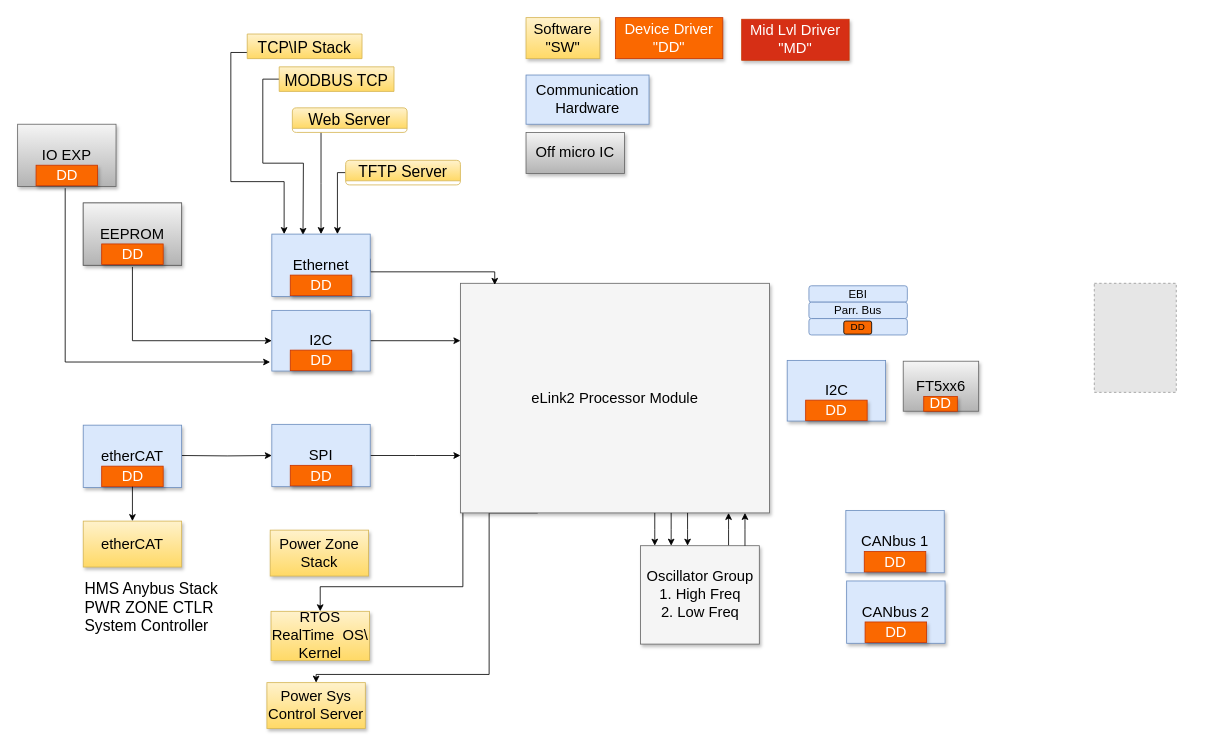
Above: page "Page-2" (2 of 2) of eLink2/anatomy_fw2.drawio in vkeiper/flowcharts (draw.io), before the change. Source tidied: cells renumbered, new cells numbered last; positions are measured from the earlier drawing's top-left corner, leaving out a move shared by most shapes. Both pictures are drawn from the tidied source at 82%, with x=0, y=0 at pixel (17, 17). Pictures stored in the file or linked from it are replaced by grey dashed boxes.
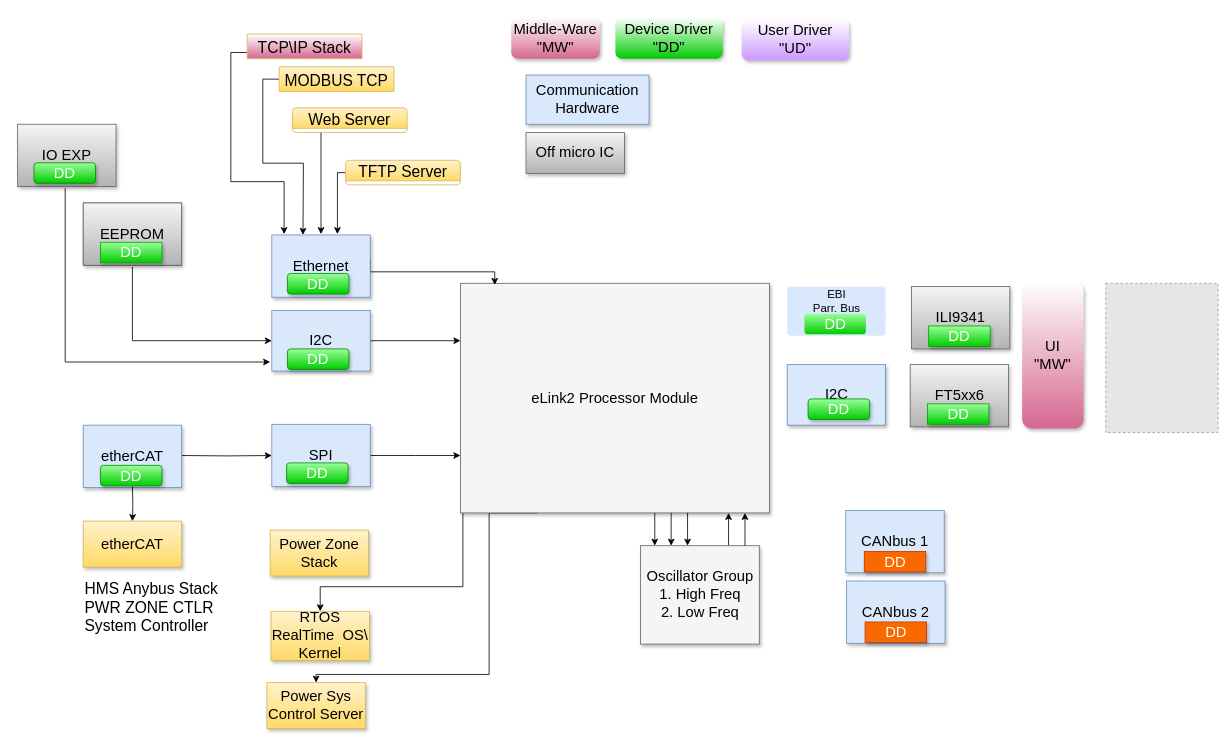
The same diagram, later.

The change refers to these unchanged cells:
```xml
<mxCell id="33" style="group;" parent="1" vertex="1">
  <mxGeometry x="310" y="496" width="120" height="76" as="geometry" />
</mxCell>
<mxCell id="36" style="group;" parent="1" vertex="1">
  <mxGeometry x="80" y="497" width="120" height="76" as="geometry" />
</mxCell>
<mxCell id="44" style="group;" parent="1" vertex="1">
  <mxGeometry x="80" y="226" width="120" height="76" as="geometry" />
</mxCell>
<mxCell id="51" value="etherCAT" style="whiteSpace=wrap;html=1;shadow=1;fontSize=18;fillColor=#fff2cc;strokeColor=#d6b656;gradientColor=#ffd966;" parent="1" vertex="1">
  <mxGeometry x="80" y="614" width="120" height="56" as="geometry" />
</mxCell>
```

Diff of the diagram source:
```diff
@@
-    <mxCell id="27" value="Software &quot;SW&quot;" style="whiteSpace=wrap;html=1;shadow=1;fontSize=18;fillColor=#fff2cc;strokeColor=#d6b656;gradientColor=#ffd966;" parent="1" vertex="1">
-      <mxGeometry x="620" width="90" height="50" as="geometry" />
+    <mxCell id="27" value="Middle-Ware &quot;MW&quot;" style="whiteSpace=wrap;html=1;shadow=1;fontSize=18;fillColor=#D66790;strokeColor=none;gradientColor=#FFFFFF;rounded=1;gradientDirection=north;" parent="1" vertex="1">
+      <mxGeometry x="602" width="108" height="50" as="geometry" />
     </mxCell>
@@
-    <mxCell id="30" value="TCP\IP Stack" style="swimlane;fillColor=#fff2cc;strokeColor=#d6b656;fontSize=19;fontStyle=0;startSize=30;rounded=1;glass=0;comic=0;horizontal=1;gradientColor=#ffd966;" parent="1" vertex="1" collapsed="1">
+    <mxCell id="30" value="TCP\IP Stack" style="swimlane;fillColor=#FFFFFF;strokeColor=#d6b656;fontSize=19;fontStyle=0;startSize=30;rounded=1;glass=0;comic=0;horizontal=1;gradientColor=#D66790;" parent="1" vertex="1" collapsed="1">
       <mxGeometry x="280" y="20" width="140" height="30" as="geometry" />
     </mxCell>
-    <mxCell id="31" value="Device Driver&lt;br&gt;&quot;DD&quot;&lt;br&gt;" style="whiteSpace=wrap;html=1;shadow=1;fontSize=18;fillColor=#fa6800;strokeColor=#C73500;fontColor=#ffffff;" parent="1" vertex="1">
+    <mxCell id="31" value="Device Driver&lt;br&gt;&quot;DD&quot;&lt;br&gt;" style="whiteSpace=wrap;html=1;shadow=1;fontSize=18;fillColor=#00CC00;strokeColor=none;fontColor=#000000;gradientColor=#ffffff;gradientDirection=north;rounded=1;" parent="1" vertex="1">
       <mxGeometry x="729" width="131" height="50" as="geometry" />
     </mxCell>
-    <mxCell id="32" value="DD&lt;br&gt;" style="whiteSpace=wrap;html=1;shadow=1;fontSize=18;fillColor=#fa6800;strokeColor=#C73500;fontColor=#ffffff;" parent="1" vertex="1">
-      <mxGeometry x="332.5" y="405.5" width="75" height="25" as="geometry" />
-    </mxCell>
@@
-    <mxCell id="35" value="DD&lt;br&gt;" style="whiteSpace=wrap;html=1;shadow=1;fontSize=18;fillColor=#fa6800;strokeColor=#C73500;fontColor=#ffffff;" parent="33" vertex="1">
-      <mxGeometry x="22.5" y="50" width="75" height="25" as="geometry" />
-    </mxCell>
+    <mxCell id="72" value="&lt;span&gt;DD&lt;/span&gt;&lt;br&gt;" style="whiteSpace=wrap;html=1;shadow=1;fontSize=18;fillColor=#00CC00;strokeColor=#008C00;fontColor=#ffffff;gradientColor=#99FF99;gradientDirection=north;rounded=1;" parent="33" vertex="1">
+      <mxGeometry x="18" y="47" width="75" height="25" as="geometry" />
+    </mxCell>
@@
-    <mxCell id="38" value="DD&lt;br&gt;" style="whiteSpace=wrap;html=1;shadow=1;fontSize=18;fillColor=#fa6800;strokeColor=#C73500;fontColor=#ffffff;" parent="36" vertex="1">
-      <mxGeometry x="22.5" y="50" width="75" height="25" as="geometry" />
-    </mxCell>
+    <mxCell id="73" value="&lt;span&gt;DD&lt;/span&gt;&lt;br&gt;" style="whiteSpace=wrap;html=1;shadow=1;fontSize=18;fillColor=#00CC00;strokeColor=#008C00;fontColor=#ffffff;gradientColor=#99FF99;gradientDirection=north;rounded=1;" parent="36" vertex="1">
+      <mxGeometry x="21" y="49" width="75" height="25" as="geometry" />
+    </mxCell>
     <mxCell id="39" style="group;" parent="1" vertex="1">
-      <mxGeometry x="310" y="264" width="120" height="76" as="geometry" />
+      <mxGeometry x="310" y="265" width="120" height="76" as="geometry" />
     </mxCell>
@@
-    <mxCell id="41" value="DD&lt;br&gt;" style="whiteSpace=wrap;html=1;shadow=1;fontSize=18;fillColor=#fa6800;strokeColor=#C73500;fontColor=#ffffff;" parent="39" vertex="1">
-      <mxGeometry x="22.5" y="50" width="75" height="25" as="geometry" />
-    </mxCell>
+    <mxCell id="74" value="&lt;span&gt;DD&lt;/span&gt;&lt;br&gt;" style="whiteSpace=wrap;html=1;shadow=1;fontSize=18;fillColor=#00CC00;strokeColor=#008C00;fontColor=#ffffff;gradientColor=#99FF99;gradientDirection=north;rounded=1;" parent="39" vertex="1">
+      <mxGeometry x="19" y="47" width="75" height="25" as="geometry" />
+    </mxCell>
@@
-    <mxCell id="46" value="DD&lt;br&gt;" style="whiteSpace=wrap;html=1;shadow=1;fontSize=18;fillColor=#fa6800;strokeColor=#C73500;fontColor=#ffffff;" parent="44" vertex="1">
-      <mxGeometry x="22.5" y="50" width="75" height="25" as="geometry" />
-    </mxCell>
+    <mxCell id="49" value="&lt;span&gt;DD&lt;/span&gt;&lt;br&gt;" style="whiteSpace=wrap;html=1;shadow=1;fontSize=18;fillColor=#00CC00;strokeColor=#00A800;fontColor=#ffffff;gradientColor=#99FF99;gradientDirection=north;" parent="44" vertex="1">
+      <mxGeometry x="21" y="48" width="75" height="25" as="geometry" />
+    </mxCell>
     <mxCell id="47" style="group;" parent="1" vertex="1">
-      <mxGeometry y="130" width="120" height="76" as="geometry" />
+      <mxGeometry y="130" width="147" height="76" as="geometry" />
     </mxCell>
@@
-    <mxCell id="49" value="DD&lt;br&gt;" style="whiteSpace=wrap;html=1;shadow=1;fontSize=18;fillColor=#fa6800;strokeColor=#C73500;fontColor=#ffffff;" parent="47" vertex="1">
-      <mxGeometry x="22.5" y="50" width="75" height="25" as="geometry" />
-    </mxCell>
+    <mxCell id="75" value="&lt;span&gt;DD&lt;/span&gt;&lt;br&gt;" style="whiteSpace=wrap;html=1;shadow=1;fontSize=18;fillColor=#00CC00;strokeColor=#008C00;fontColor=#ffffff;gradientColor=#99FF99;gradientDirection=north;rounded=1;" parent="47" vertex="1">
+      <mxGeometry x="20" y="47" width="75" height="25" as="geometry" />
+    </mxCell>
@@
-    <mxCell id="52" style="edgeStyle=orthogonalEdgeStyle;rounded=0;jettySize=auto;html=1;exitX=0.5;exitY=1;exitDx=0;exitDy=0;" parent="1" edge="1" source="38" target="51">
-      <mxGeometry relative="1" as="geometry" />
+    <mxCell id="52" style="edgeStyle=orthogonalEdgeStyle;rounded=0;jettySize=auto;html=1;exitX=0.5;exitY=1;exitDx=0;exitDy=0;" parent="1" edge="1" target="51">
+      <mxGeometry relative="1" as="geometry">
+        <mxPoint x="140" y="572" as="sourcePoint" />
+      </mxGeometry>
     </mxCell>
@@
+    <mxCell id="64" style="fillColor=#E6E6E6;strokeColor=#999999;dashed=1;verticalLabelPosition=bottom;verticalAlign=top;" parent="1" vertex="1">
+      <mxGeometry x="1327" y="324" width="137" height="182" as="geometry" />
+    </mxCell>
+    <mxCell id="69" value="I2C" style="whiteSpace=wrap;html=1;shadow=1;fontSize=18;fillColor=#dae8fc;strokeColor=#6c8ebf;" parent="1" vertex="1">
+      <mxGeometry x="938.5" y="423" width="120" height="74" as="geometry" />
+    </mxCell>
+    <mxCell id="71" value="&lt;font color=&quot;#000000&quot;&gt;User Driver&lt;br&gt;&quot;UD&quot;&lt;/font&gt;&lt;br&gt;" style="whiteSpace=wrap;html=1;shadow=1;fontSize=18;fillColor=#CC99FF;strokeColor=none;fontColor=#ffffff;gradientColor=#ffffff;gradientDirection=north;rounded=1;" parent="1" vertex="1">
+      <mxGeometry x="883" y="2" width="131" height="50" as="geometry" />
+    </mxCell>
+    <mxCell id="76" value="&lt;span&gt;DD&lt;/span&gt;&lt;br&gt;" style="whiteSpace=wrap;html=1;shadow=1;fontSize=18;fillColor=#00CC00;strokeColor=#008C00;fontColor=#ffffff;gradientColor=#99FF99;gradientDirection=north;rounded=1;" parent="1" vertex="1">
+      <mxGeometry x="329" y="404" width="75" height="25" as="geometry" />
+    </mxCell>
+    <mxCell id="77" value="&lt;span&gt;DD&lt;/span&gt;&lt;br&gt;" style="whiteSpace=wrap;html=1;shadow=1;fontSize=18;fillColor=#00CC00;strokeColor=#008C00;fontColor=#ffffff;gradientColor=#99FF99;gradientDirection=north;rounded=1;" parent="1" vertex="1">
+      <mxGeometry x="964" y="465" width="75" height="25" as="geometry" />
+    </mxCell>
+    <mxCell id="78" style="group;rounded=1;arcSize=18;" parent="1" vertex="1">
+      <mxGeometry x="1088.5" y="423" width="120" height="76" as="geometry" />
+    </mxCell>
+    <mxCell id="67" value="FT5xx6" style="whiteSpace=wrap;html=1;shadow=1;fontSize=18;fillColor=#f5f5f5;strokeColor=#666666;gradientColor=#b3b3b3;" parent="78" vertex="1">
+      <mxGeometry width="120" height="76" as="geometry" />
+    </mxCell>
+    <mxCell id="79" value="&lt;span&gt;DD&lt;/span&gt;&lt;br&gt;" style="whiteSpace=wrap;html=1;shadow=1;fontSize=18;fillColor=#00CC00;strokeColor=#00A800;fontColor=#ffffff;gradientColor=#99FF99;gradientDirection=north;" parent="78" vertex="1">
+      <mxGeometry x="21" y="48" width="75" height="25" as="geometry" />
+    </mxCell>
+    <mxCell id="80" style="group;" parent="1" vertex="1">
+      <mxGeometry x="938.5" y="328" width="120" height="61" as="geometry" />
+    </mxCell>
-    <mxCell id="59" style="group;" parent="1" vertex="1">
-      <mxGeometry x="965" y="327" width="120" height="60" as="geometry" />
+    <mxCell id="59" style="group;strokeColor=none;rounded=1;" parent="80" vertex="1">
+      <mxGeometry width="120" height="61" as="geometry" />
     </mxCell>
+    <mxCell id="62" style="rounded=1;whiteSpace=wrap;html=1;shadow=0;fillColor=#dae8fc;strokeColor=none;" parent="59" vertex="1">
+      <mxGeometry y="29" width="120" height="31" as="geometry" />
+    </mxCell>
-    <mxCell id="60" value="&lt;font style=&quot;font-size: 14px&quot;&gt;EBI&lt;/font&gt;" style="rounded=1;whiteSpace=wrap;html=1;shadow=0;fillColor=#dae8fc;strokeColor=#6c8ebf;" parent="59" vertex="1">
+    <mxCell id="60" value="&lt;font style=&quot;font-size: 14px&quot;&gt;EBI&lt;/font&gt;" style="rounded=1;whiteSpace=wrap;html=1;shadow=0;fillColor=#dae8fc;strokeColor=none;" parent="59" vertex="1">
       <mxGeometry width="120" height="20" as="geometry" />
     </mxCell>
-    <mxCell id="61" value="&lt;font style=&quot;font-size: 14px&quot;&gt;Parr. Bus&lt;/font&gt;" style="rounded=1;whiteSpace=wrap;html=1;shadow=0;fillColor=#dae8fc;strokeColor=#6c8ebf;" parent="59" vertex="1">
-      <mxGeometry y="20" width="120" height="20" as="geometry" />
+    <mxCell id="61" value="&lt;font style=&quot;font-size: 14px&quot;&gt;Parr. Bus&lt;/font&gt;" style="rounded=0;whiteSpace=wrap;html=1;shadow=0;fillColor=#dae8fc;strokeColor=none;" parent="59" vertex="1">
+      <mxGeometry y="18" width="120" height="15" as="geometry" />
     </mxCell>
-    <mxCell id="62" style="rounded=1;whiteSpace=wrap;html=1;shadow=0;fillColor=#dae8fc;strokeColor=#6c8ebf;" parent="59" vertex="1">
-      <mxGeometry y="40" width="120" height="20" as="geometry" />
-    </mxCell>
-    <mxCell id="63" value="DD" style="rounded=1;whiteSpace=wrap;html=1;shadow=0;strokeColor=#000000;fillColor=#FA6800;" parent="59" vertex="1">
-      <mxGeometry x="42.5" y="43" width="34" height="16" as="geometry" />
-    </mxCell>
-    <mxCell id="64" style="fillColor=#E6E6E6;strokeColor=#999999;dashed=1;verticalLabelPosition=bottom;verticalAlign=top;" parent="1" vertex="1">
-      <mxGeometry x="1313" y="324" width="100" height="133" as="geometry" />
-    </mxCell>
-    <mxCell id="65" style="group;" parent="1" vertex="1">
-      <mxGeometry x="1080" y="426" width="120" height="54" as="geometry" />
-    </mxCell>
-    <mxCell id="66" style="group;" parent="65" vertex="1">
-      <mxGeometry width="120" height="54" as="geometry" />
-    </mxCell>
-    <mxCell id="67" value="FT5xx6" style="whiteSpace=wrap;html=1;shadow=1;fontSize=18;fillColor=#f5f5f5;strokeColor=#666666;gradientColor=#b3b3b3;" parent="66" vertex="1">
-      <mxGeometry y="-7" width="92" height="61" as="geometry" />
-    </mxCell>
-    <mxCell id="68" value="DD&lt;br&gt;" style="whiteSpace=wrap;html=1;shadow=1;fontSize=18;fillColor=#fa6800;strokeColor=#C73500;fontColor=#ffffff;" parent="66" vertex="1">
-      <mxGeometry x="25" y="36" width="41" height="18" as="geometry" />
-    </mxCell>
-    <mxCell id="69" value="I2C" style="whiteSpace=wrap;html=1;shadow=1;fontSize=18;fillColor=#dae8fc;strokeColor=#6c8ebf;" parent="1" vertex="1">
-      <mxGeometry x="938.5" y="418" width="120" height="74" as="geometry" />
-    </mxCell>
-    <mxCell id="70" value="DD&lt;br&gt;" style="whiteSpace=wrap;html=1;shadow=1;fontSize=18;fillColor=#fa6800;strokeColor=#C73500;fontColor=#ffffff;" parent="1" vertex="1">
-      <mxGeometry x="961" y="466.5" width="75" height="25" as="geometry" />
-    </mxCell>
-    <mxCell id="71" value="Mid Lvl Driver&lt;br&gt;&quot;MD&quot;&lt;br&gt;" style="whiteSpace=wrap;html=1;shadow=1;fontSize=18;fillColor=#D62F15;strokeColor=#C73500;fontColor=#ffffff;" parent="1" vertex="1">
-      <mxGeometry x="883" y="2" width="131" height="50" as="geometry" />
-    </mxCell>
+    <mxCell id="81" value="&lt;span&gt;DD&lt;/span&gt;&lt;br&gt;" style="whiteSpace=wrap;html=1;shadow=0;fontSize=18;fillColor=#00CC00;strokeColor=none;fontColor=#ffffff;gradientColor=#99FF99;gradientDirection=north;rounded=1;" parent="59" vertex="1">
+      <mxGeometry x="21" y="33" width="75" height="25" as="geometry" />
+    </mxCell>
+    <mxCell id="82" style="group;rounded=1;arcSize=18;" parent="1" vertex="1">
+      <mxGeometry x="1090" y="328" width="120" height="76" as="geometry" />
+    </mxCell>
+    <mxCell id="83" value="ILI9341" style="whiteSpace=wrap;html=1;shadow=1;fontSize=18;fillColor=#f5f5f5;strokeColor=#666666;gradientColor=#b3b3b3;" parent="82" vertex="1">
+      <mxGeometry width="120" height="76" as="geometry" />
+    </mxCell>
+    <mxCell id="84" value="&lt;span&gt;DD&lt;/span&gt;&lt;br&gt;" style="whiteSpace=wrap;html=1;shadow=1;fontSize=18;fillColor=#00CC00;strokeColor=#00A800;fontColor=#ffffff;gradientColor=#99FF99;gradientDirection=north;" parent="82" vertex="1">
+      <mxGeometry x="21" y="48" width="75" height="25" as="geometry" />
+    </mxCell>
+    <mxCell id="85" value="UI&lt;br&gt;&quot;MW&quot;&lt;br&gt;" style="whiteSpace=wrap;html=1;shadow=1;fontSize=18;fillColor=#D66790;strokeColor=none;gradientColor=#FFFFFF;rounded=1;gradientDirection=north;" parent="1" vertex="1">
+      <mxGeometry x="1225" y="322" width="75" height="179" as="geometry" />
+    </mxCell>
```
